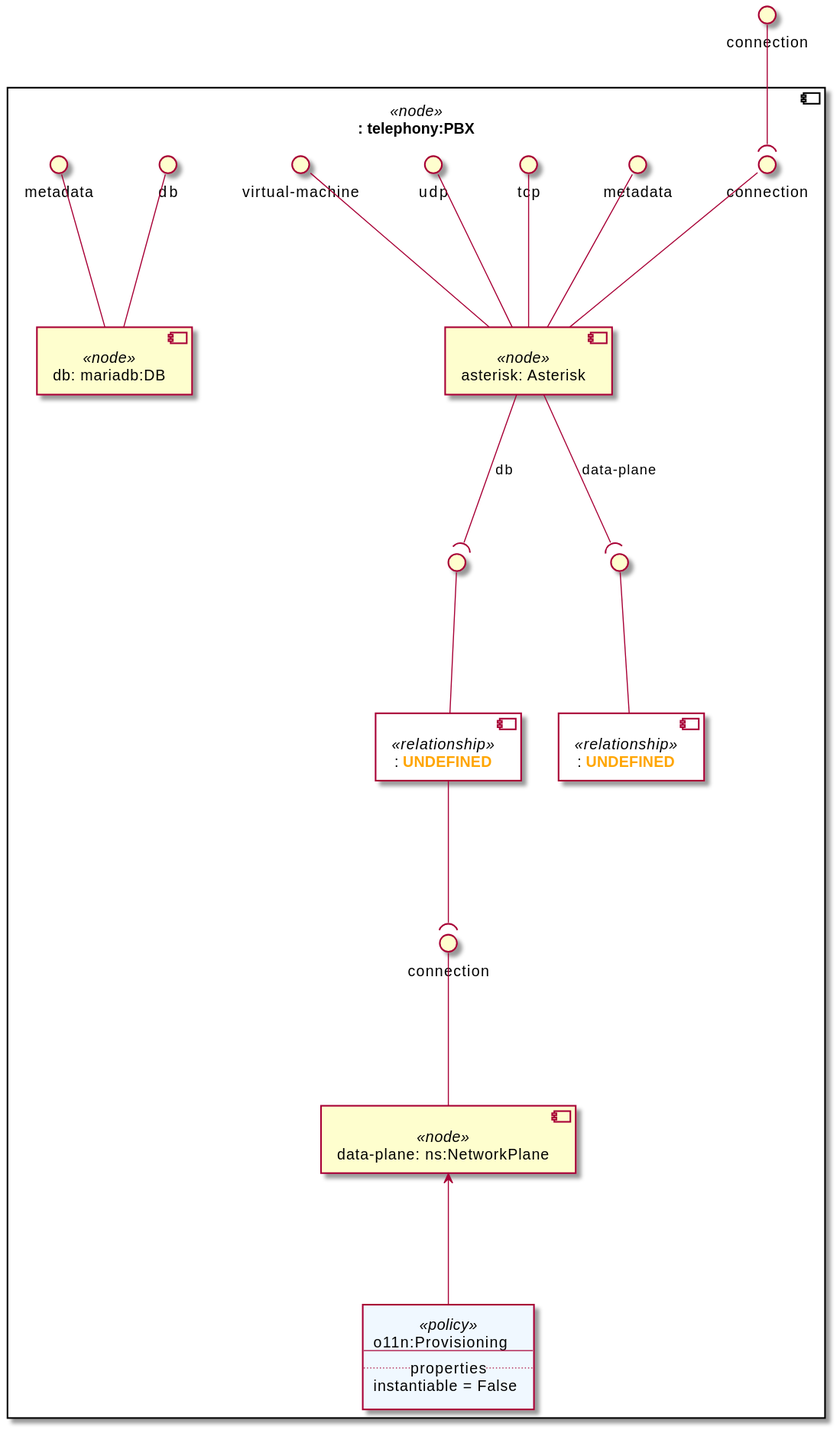
This is examples/tosca-community-contributions/diagrams/uml2/examples-1.3-turandot-telephony-network-service-asterisk-vnf-asterisk-vnf-uml2-component-diagram2.svg from Orange-OpenSource/Cloudnet-TOSCA-toolbox, a PlantUML export, as it was before one commit.
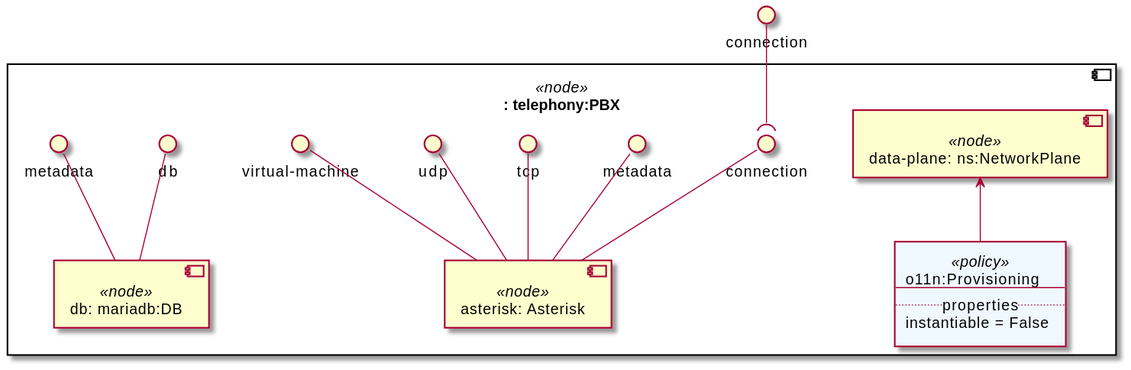
The same diagram one commit later.

The edit, as a diff of the source:
```diff
@@ -17,14 +17,6 @@
 node_asterisk_udp -- node_asterisk
 interface "virtual-machine" as node_asterisk_virtual_machine
 node_asterisk_virtual_machine -- node_asterisk
-component ": **<color:orange>UNDEFINED</color>**" <<relationship>> as node_asterisk_db_relationship0
-interface " " as node_asterisk_db_relationship0_source
-node_asterisk_db_relationship0_source -- node_asterisk_db_relationship0
-node_asterisk --( node_asterisk_db_relationship0_source : db
-component ": **<color:orange>UNDEFINED</color>**" <<relationship>> as node_asterisk_data_plane_relationship1
-interface " " as node_asterisk_data_plane_relationship1_source
-node_asterisk_data_plane_relationship1_source -- node_asterisk_data_plane_relationship1
-node_asterisk --( node_asterisk_data_plane_relationship1_source : data-plane
 
 component "db: mariadb:DB" <<node>> as node_db
 interface "db" as node_db_db
@@ -33,10 +25,7 @@
 node_db_metadata -- node_db
 
 component "data-plane: ns:NetworkPlane" <<node>> as node_data_plane
-interface "connection" as node_data_plane_connection
-node_data_plane_connection -- node_data_plane
 
-node_asterisk_db_relationship0 --( node_data_plane_connection
 agent policy_data_plane <<policy>> #AliceBlue [
 o11n:Provisioning
 ---
```
